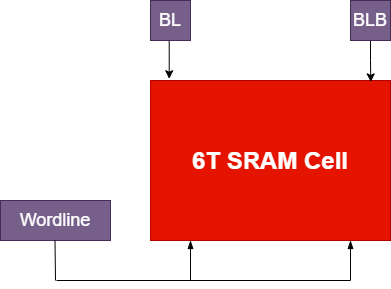
Earlier version of the draw.io export Images/6T_SRAM_block.png (Khadgaray/6T_SRAM). Source tidied: cells renumbered, new cells last; positions are measured from the earlier drawing's top-left corner, leaving out a move shared by most shapes.
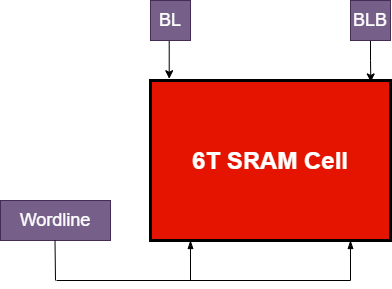
The same file after the commit.

Diff of the diagram source:
```diff
@@ -2,7 +2,7 @@
   <root>
     <mxCell id="0" />
     <mxCell id="1" parent="0" />
-    <mxCell id="2" value="&lt;font size=&quot;1&quot;&gt;&lt;b style=&quot;font-size: 24px&quot;&gt;6T SRAM Cell&lt;/b&gt;&lt;/font&gt;" style="rounded=0;whiteSpace=wrap;html=1;fillColor=#e51400;strokeColor=#B20000;fontColor=#ffffff;" parent="1" vertex="1">
+    <mxCell id="2" value="&lt;font size=&quot;1&quot;&gt;&lt;b style=&quot;font-size: 24px&quot;&gt;6T SRAM Cell&lt;/b&gt;&lt;/font&gt;" style="rounded=0;whiteSpace=wrap;html=1;fillColor=#e51400;fontColor=#ffffff;strokeWidth=3;" parent="1" vertex="1">
       <mxGeometry x="150" y="80" width="240" height="160" as="geometry" />
     </mxCell>
     <mxCell id="3" style="edgeStyle=orthogonalEdgeStyle;rounded=0;jettySize=auto;html=1;exitX=0.5;exitY=1;exitDx=0;exitDy=0;entryX=0.078;entryY=-0.011;entryDx=0;entryDy=0;entryPerimeter=0;" parent="1" edge="1" source="4" target="2">
```
